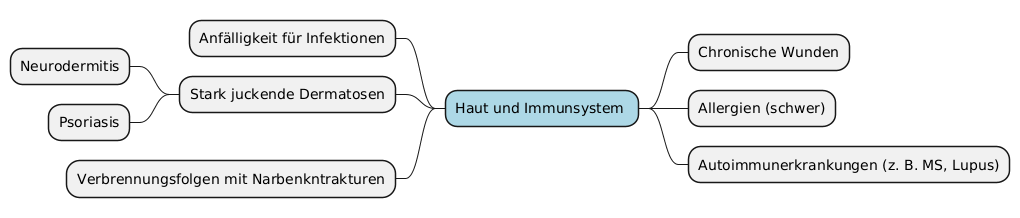
Above: mindmap/generated/physical-subcategories/mindmap-physical-haut-und-immunsystem.png in marcgauch/Masterarbeit-Daten (PlantUML), before the change. The source it was exported from:
```plantuml
@startmindmap
<style>
mindmapDiagram{
	.root {
		BackgroundColor LightBlue
	}
}
</style>

* Haut und Immunsystem <<root>>
	* Chronische Wunden
	* Allergien (schwer)
	* Autoimmunerkrankungen (z. B. MS, Lupus)
left side
	* Anfälligkeit für Infektionen
	* Stark juckende Dermatosen
		* Neurodermitis
		* Psoriasis
	* Verbrennungsfolgen mit Narbenkntrakturen
@endmindmap
```
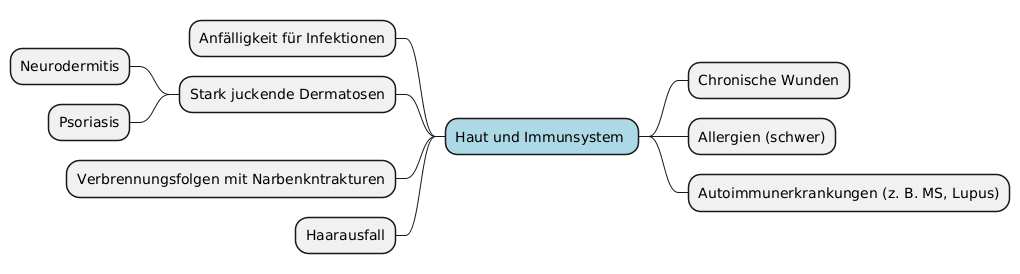
The same file after the commit.

Commit message:
ADDED: Mindmap weitere Behinderungen

The edit, as a diff of the source:
```diff
@@ -17,4 +17,5 @@
 		* Neurodermitis
 		* Psoriasis
 	* Verbrennungsfolgen mit Narbenkntrakturen
+	* Haarausfall
 @endmindmap
```
